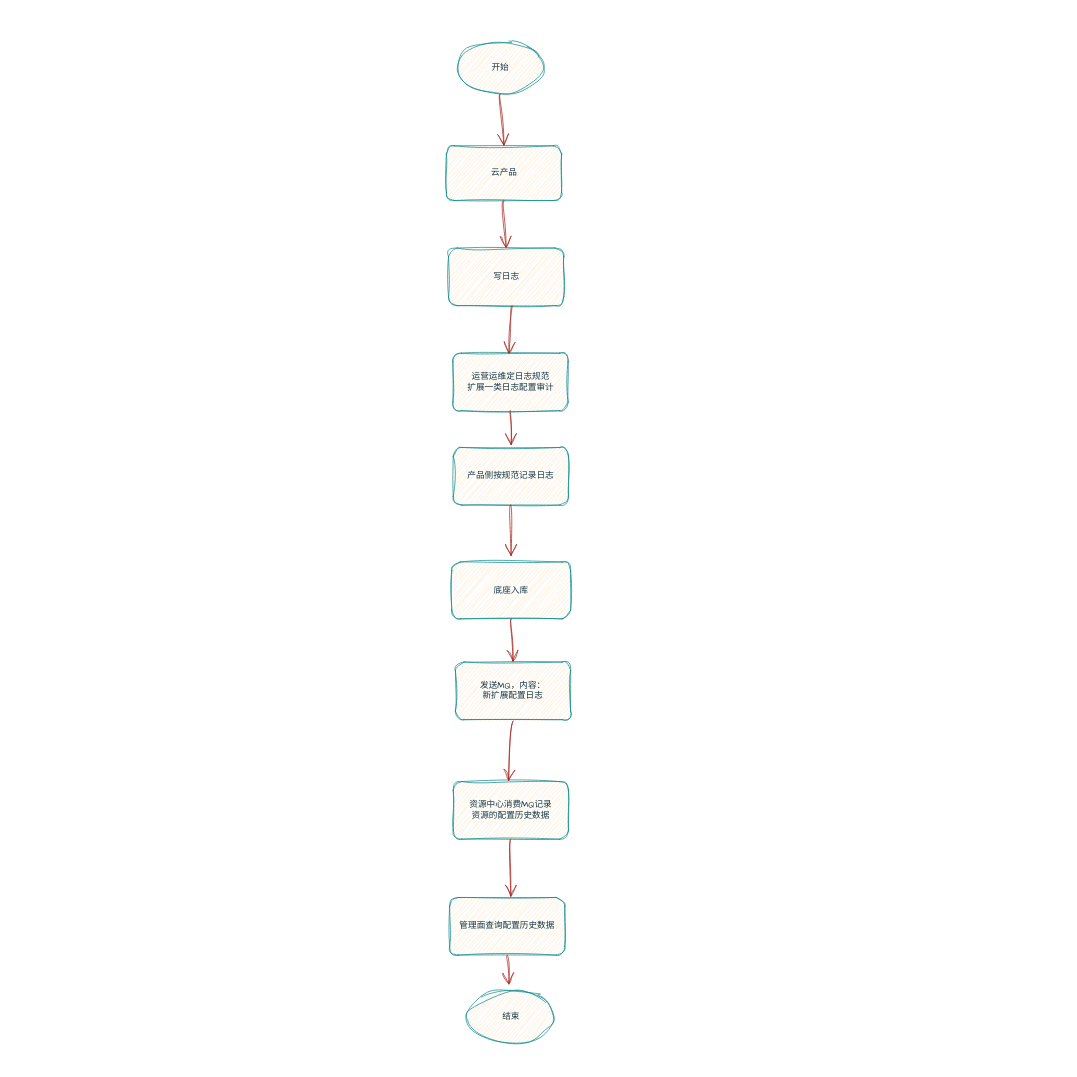
The draw.io diagram 配置审计.drawio in herozdz/drawio, before the edit. Source tidied: cells renumbered, new cells numbered last; positions are measured from the earlier drawing's top-left corner, leaving out a move shared by most shapes. Both pictures are drawn from the tidied source at 72%, with x=0, y=0 at pixel (446, 41).
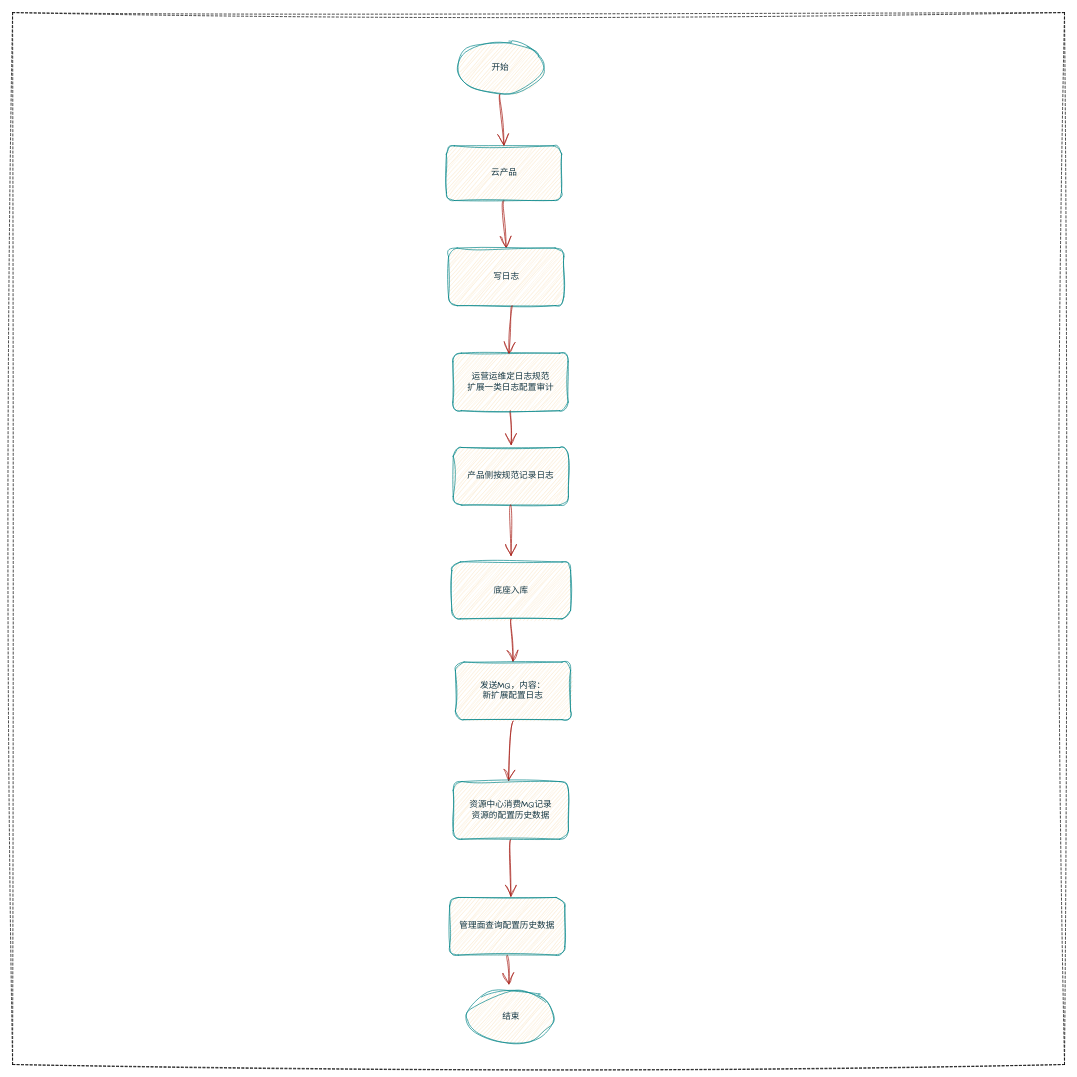
Above is the later version.

Commit message (it also covers changes not shown here):
更新配置审计.drawio

What changed in the source:
```diff
@@
+    <mxCell id="21" style="whiteSpace=wrap;html=1;sketch=1;hachureGap=4;jiggle=2;curveFitting=1;fontFamily=Architects Daughter;dashed=1;" parent="1" vertex="1">
+      <mxGeometry x="-603" y="-40" width="1461" height="1461" as="geometry" />
+    </mxCell>
```
